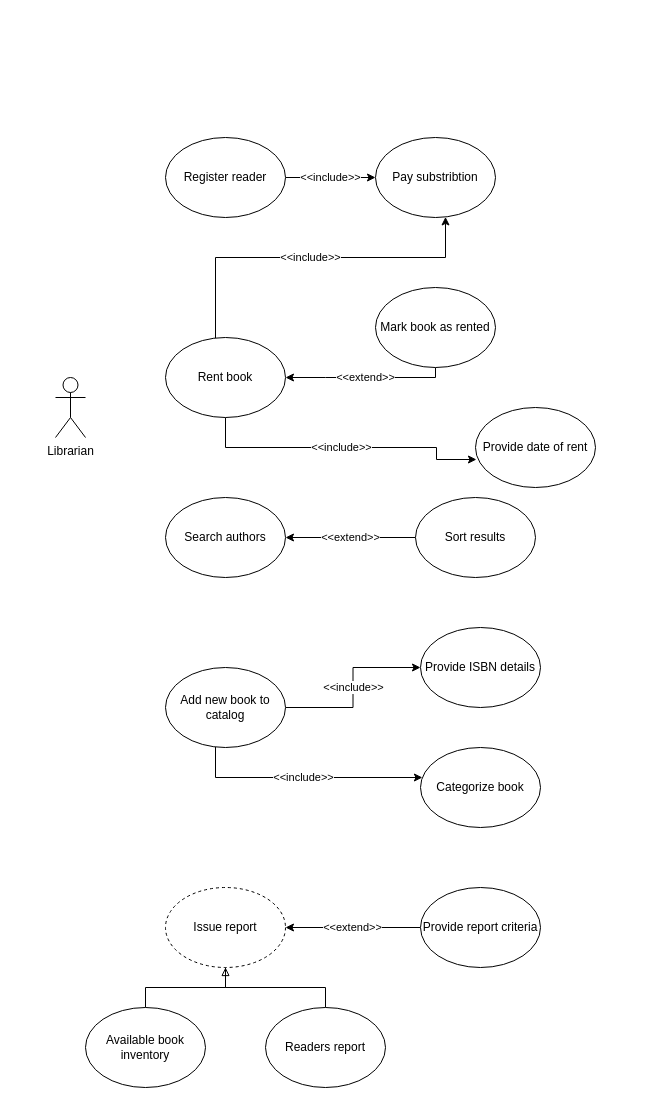
Earlier version of the draw.io diagram lab-01/hss-lab-01.drawio (ivanchuchulski/highly-secure-software). Source tidied: cells renumbered, new cells numbered last; positions are measured from the earlier drawing's top-left corner, leaving out a move shared by most shapes. Both pictures are drawn from the tidied source at 100%, with x=0, y=0 at pixel (55, 137).
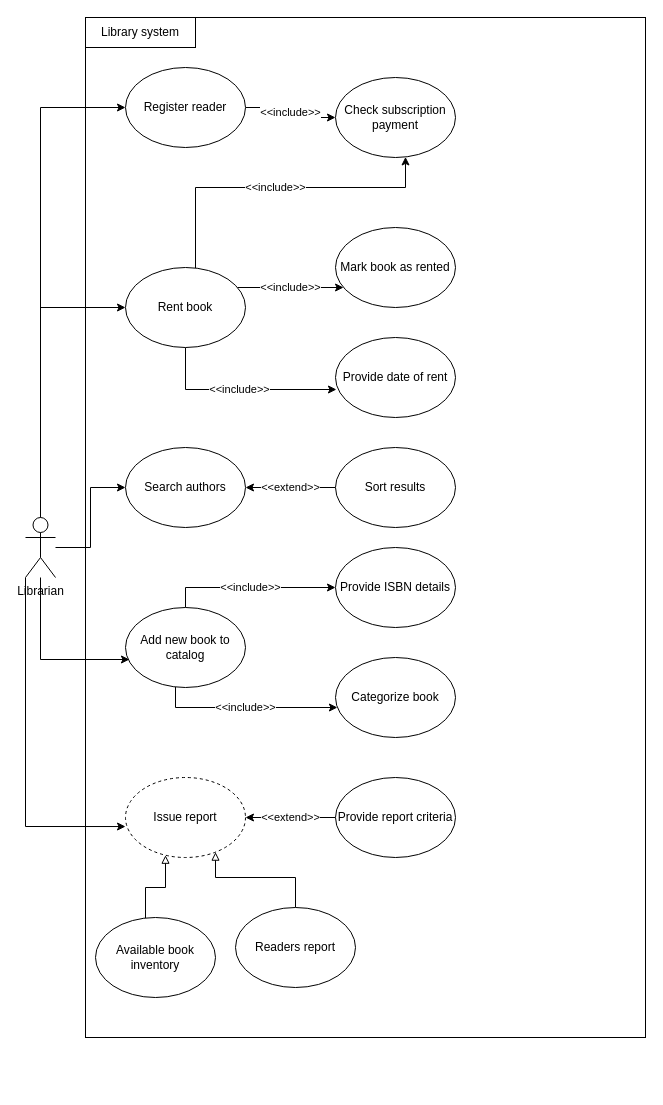
After the change.

Commit message:
improvements to lab-01 use case diagram

fix some relations, add system rectanlge

Diff of the diagram source:
```diff
@@
+    <mxCell id="27" style="rounded=0;whiteSpace=wrap;html=1;" parent="1" vertex="1">
+      <mxGeometry x="30" y="-120" width="560" height="1020" as="geometry" />
+    </mxCell>
-    <mxCell id="2" value="&amp;lt;&amp;lt;extend&amp;gt;&amp;gt;" style="edgeStyle=orthogonalEdgeStyle;rounded=0;jettySize=auto;html=1;" parent="1" edge="1" source="16" target="5">
+    <mxCell id="2" value="&amp;lt;&amp;lt;include&amp;gt;&amp;gt;" style="edgeStyle=orthogonalEdgeStyle;rounded=0;jettySize=auto;html=1;" parent="1" edge="1" source="5" target="16">
       <mxGeometry relative="1" as="geometry">
         <Array as="points">
-          <mxPoint x="270" y="240" />
-          <mxPoint x="270" y="240" />
+          <mxPoint x="210" y="150" />
+          <mxPoint x="210" y="150" />
         </Array>
       </mxGeometry>
     </mxCell>
     <mxCell id="3" value="&amp;lt;&amp;lt;include&amp;gt;&amp;gt;" style="edgeStyle=orthogonalEdgeStyle;rounded=0;jettySize=auto;html=1;" parent="1" edge="1" source="5" target="22">
       <mxGeometry relative="1" as="geometry">
         <Array as="points">
-          <mxPoint x="160" y="120" />
-          <mxPoint x="390" y="120" />
+          <mxPoint x="140" y="50" />
+          <mxPoint x="350" y="50" />
         </Array>
       </mxGeometry>
     </mxCell>
     <mxCell id="4" value="&amp;lt;&amp;lt;include&amp;gt;&amp;gt;" style="edgeStyle=orthogonalEdgeStyle;rounded=0;jettySize=auto;html=1;entryX=0.008;entryY=0.65;entryDx=0;entryDy=0;entryPerimeter=0;" parent="1" edge="1" source="5" target="23">
       <mxGeometry relative="1" as="geometry">
         <Array as="points">
-          <mxPoint x="170" y="310" />
-          <mxPoint x="381" y="310" />
+          <mxPoint x="130" y="252" />
         </Array>
       </mxGeometry>
     </mxCell>
     <mxCell id="5" value="Rent book" style="ellipse;whiteSpace=wrap;html=1;" parent="1" vertex="1">
-      <mxGeometry x="110" y="200" width="120" height="80" as="geometry" />
+      <mxGeometry x="70" y="130" width="120" height="80" as="geometry" />
     </mxCell>
@@
     <mxCell id="7" value="Register reader" style="ellipse;whiteSpace=wrap;html=1;" parent="1" vertex="1">
-      <mxGeometry x="110" width="120" height="80" as="geometry" />
+      <mxGeometry x="70" y="-70" width="120" height="80" as="geometry" />
     </mxCell>
+    <mxCell id="28" style="edgeStyle=orthogonalEdgeStyle;rounded=0;jettySize=auto;html=1;endArrow=classic;endFill=1;entryX=0;entryY=0.5;entryDx=0;entryDy=0;" parent="1" edge="1" source="8" target="7">
+      <mxGeometry relative="1" as="geometry">
+        <Array as="points">
+          <mxPoint x="-15" y="-30" />
+        </Array>
+      </mxGeometry>
+    </mxCell>
+    <mxCell id="29" style="edgeStyle=orthogonalEdgeStyle;rounded=0;jettySize=auto;html=1;endArrow=classic;endFill=1;" parent="1" edge="1" source="8" target="5">
+      <mxGeometry relative="1" as="geometry">
+        <Array as="points">
+          <mxPoint x="-15" y="170" />
+        </Array>
+      </mxGeometry>
+    </mxCell>
+    <mxCell id="30" style="edgeStyle=orthogonalEdgeStyle;rounded=0;jettySize=auto;html=1;entryX=0;entryY=0.5;entryDx=0;entryDy=0;endArrow=classic;endFill=1;" parent="1" edge="1" source="8" target="20">
+      <mxGeometry relative="1" as="geometry" />
+    </mxCell>
+    <mxCell id="31" style="edgeStyle=orthogonalEdgeStyle;rounded=0;jettySize=auto;html=1;entryX=0.033;entryY=0.65;entryDx=0;entryDy=0;entryPerimeter=0;endArrow=classic;endFill=1;" parent="1" edge="1" source="8" target="15">
+      <mxGeometry relative="1" as="geometry">
+        <Array as="points">
+          <mxPoint x="-15" y="522" />
+        </Array>
+      </mxGeometry>
+    </mxCell>
+    <mxCell id="32" style="edgeStyle=orthogonalEdgeStyle;rounded=0;jettySize=auto;html=1;entryX=0;entryY=0.613;entryDx=0;entryDy=0;entryPerimeter=0;endArrow=classic;endFill=1;" parent="1" edge="1" source="8" target="11">
+      <mxGeometry relative="1" as="geometry">
+        <Array as="points">
+          <mxPoint x="-30" y="689" />
+        </Array>
+      </mxGeometry>
+    </mxCell>
     <mxCell id="8" value="Librarian" style="shape=umlActor;verticalLabelPosition=bottom;verticalAlign=top;html=1;outlineConnect=0;" parent="1" vertex="1">
-      <mxGeometry y="240" width="30" height="60" as="geometry" />
+      <mxGeometry x="-30" y="380" width="30" height="60" as="geometry" />
     </mxCell>
@@
-    <mxCell id="10" style="edgeStyle=orthogonalEdgeStyle;rounded=0;jettySize=auto;html=1;endArrow=none;endFill=0;" parent="1" edge="1" source="26" target="11">
-      <mxGeometry relative="1" as="geometry" />
+    <mxCell id="10" style="edgeStyle=orthogonalEdgeStyle;rounded=0;jettySize=auto;html=1;endArrow=block;endFill=0;" parent="1" edge="1" source="26" target="11">
+      <mxGeometry relative="1" as="geometry">
+        <Array as="points">
+          <mxPoint x="240" y="740" />
+          <mxPoint x="160" y="740" />
+        </Array>
+      </mxGeometry>
     </mxCell>
     <mxCell id="11" value="Issue report" style="ellipse;whiteSpace=wrap;html=1;dashed=1;" parent="1" vertex="1">
-      <mxGeometry x="110" y="750" width="120" height="80" as="geometry" />
+      <mxGeometry x="70" y="640" width="120" height="80" as="geometry" />
     </mxCell>
     <mxCell id="12" value="Provide report criteria" style="ellipse;whiteSpace=wrap;html=1;" parent="1" vertex="1">
-      <mxGeometry x="365" y="750" width="120" height="80" as="geometry" />
+      <mxGeometry x="280" y="640" width="120" height="80" as="geometry" />
     </mxCell>
     <mxCell id="13" value="&amp;lt;&amp;lt;include&amp;gt;&amp;gt;" style="edgeStyle=orthogonalEdgeStyle;rounded=0;jettySize=auto;html=1;" parent="1" edge="1" source="15" target="17">
-      <mxGeometry relative="1" as="geometry" />
+      <mxGeometry relative="1" as="geometry">
+        <Array as="points">
+          <mxPoint x="130" y="450" />
+        </Array>
+      </mxGeometry>
     </mxCell>
     <mxCell id="14" value="&amp;lt;&amp;lt;include&amp;gt;&amp;gt;" style="edgeStyle=orthogonalEdgeStyle;rounded=0;jettySize=auto;html=1;" parent="1" edge="1" source="15" target="18">
       <mxGeometry relative="1" as="geometry">
         <Array as="points">
-          <mxPoint x="160" y="640" />
+          <mxPoint x="120" y="570" />
         </Array>
       </mxGeometry>
     </mxCell>
     <mxCell id="15" value="Add new book to catalog" style="ellipse;whiteSpace=wrap;html=1;" parent="1" vertex="1">
-      <mxGeometry x="110" y="530" width="120" height="80" as="geometry" />
+      <mxGeometry x="70" y="470" width="120" height="80" as="geometry" />
     </mxCell>
     <mxCell id="16" value="Mark book as rented" style="ellipse;whiteSpace=wrap;html=1;" parent="1" vertex="1">
-      <mxGeometry x="320" y="150" width="120" height="80" as="geometry" />
+      <mxGeometry x="280" y="90" width="120" height="80" as="geometry" />
     </mxCell>
     <mxCell id="17" value="Provide ISBN details" style="ellipse;whiteSpace=wrap;html=1;" parent="1" vertex="1">
-      <mxGeometry x="365" y="490" width="120" height="80" as="geometry" />
+      <mxGeometry x="280" y="410" width="120" height="80" as="geometry" />
     </mxCell>
     <mxCell id="18" value="Categorize book" style="ellipse;whiteSpace=wrap;html=1;" parent="1" vertex="1">
-      <mxGeometry x="365" y="610" width="120" height="80" as="geometry" />
+      <mxGeometry x="280" y="520" width="120" height="80" as="geometry" />
     </mxCell>
@@
     <mxCell id="20" value="Search authors" style="ellipse;whiteSpace=wrap;html=1;" parent="1" vertex="1">
-      <mxGeometry x="110" y="360" width="120" height="80" as="geometry" />
+      <mxGeometry x="70" y="310" width="120" height="80" as="geometry" />
     </mxCell>
     <mxCell id="21" value="Sort results" style="ellipse;whiteSpace=wrap;html=1;" parent="1" vertex="1">
-      <mxGeometry x="360" y="360" width="120" height="80" as="geometry" />
+      <mxGeometry x="280" y="310" width="120" height="80" as="geometry" />
     </mxCell>
-    <mxCell id="22" value="Pay substribtion" style="ellipse;whiteSpace=wrap;html=1;" parent="1" vertex="1">
-      <mxGeometry x="320" width="120" height="80" as="geometry" />
+    <mxCell id="22" value="Check subscription payment" style="ellipse;whiteSpace=wrap;html=1;" parent="1" vertex="1">
+      <mxGeometry x="280" y="-60" width="120" height="80" as="geometry" />
     </mxCell>
     <mxCell id="23" value="Provide date of rent" style="ellipse;whiteSpace=wrap;html=1;" parent="1" vertex="1">
-      <mxGeometry x="420" y="270" width="120" height="80" as="geometry" />
+      <mxGeometry x="280" y="200" width="120" height="80" as="geometry" />
     </mxCell>
     <mxCell id="24" style="edgeStyle=orthogonalEdgeStyle;rounded=0;jettySize=auto;html=1;endArrow=block;endFill=0;" parent="1" edge="1" source="25" target="11">
-      <mxGeometry relative="1" as="geometry" />
+      <mxGeometry relative="1" as="geometry">
+        <Array as="points">
+          <mxPoint x="90" y="750" />
+          <mxPoint x="110" y="750" />
+        </Array>
+      </mxGeometry>
     </mxCell>
     <mxCell id="25" value="Available book inventory" style="ellipse;whiteSpace=wrap;html=1;" parent="1" vertex="1">
-      <mxGeometry x="30" y="870" width="120" height="80" as="geometry" />
+      <mxGeometry x="40" y="780" width="120" height="80" as="geometry" />
     </mxCell>
     <mxCell id="26" value="Readers report" style="ellipse;whiteSpace=wrap;html=1;" parent="1" vertex="1">
-      <mxGeometry x="210" y="870" width="120" height="80" as="geometry" />
+      <mxGeometry x="180" y="770" width="120" height="80" as="geometry" />
     </mxCell>
+    <mxCell id="33" value="Library system" style="text;html=1;strokeColor=default;fillColor=none;align=center;verticalAlign=middle;whiteSpace=wrap;rounded=0;" parent="1" vertex="1">
+      <mxGeometry x="30" y="-120" width="110" height="30" as="geometry" />
+    </mxCell>
```
